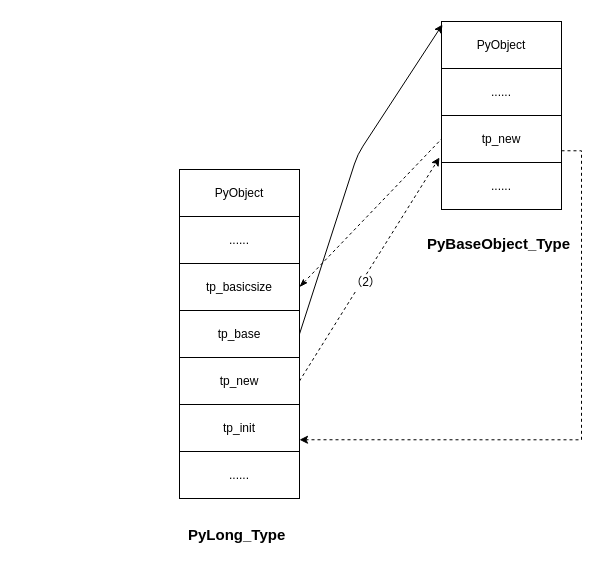
The draw.io diagram 未命名表单.drawio in imluoke/code, before the edit. Source tidied: cells renumbered, new cells numbered last; positions are measured from the earlier drawing's top-left corner, leaving out a move shared by most shapes. Both pictures are drawn from the tidied source at 100%, with x=0, y=0 at pixel (179, 21).
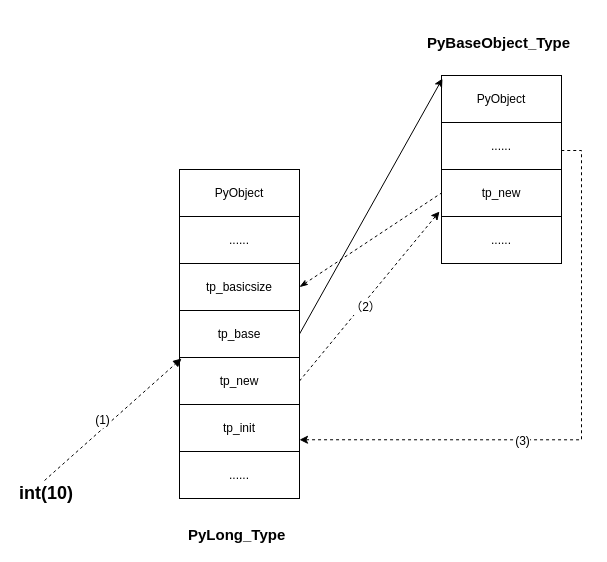
Above is the later version.

Commit message:
更新未命名表单.drawio

Unchanged cells that the change refers to:
```xml
<mxCell id="3" value="tp_base" style="rounded=0;whiteSpace=wrap;html=1;" parent="1" vertex="1">
  <mxGeometry y="289" width="120" height="47" as="geometry" />
</mxCell>
<mxCell id="6" value="tp_new" style="rounded=0;whiteSpace=wrap;html=1;" parent="1" vertex="1">
  <mxGeometry y="336" width="120" height="47" as="geometry" />
</mxCell>
<mxCell id="8" style="edgeStyle=orthogonalEdgeStyle;rounded=0;jettySize=auto;html=1;exitX=1;exitY=0.75;exitDx=0;exitDy=0;entryX=1;entryY=0.75;entryDx=0;entryDy=0;startArrow=none;startFill=0;targetPerimeterSpacing=5;dashed=1;" parent="1" edge="1" source="9" target="5">
  <mxGeometry relative="1" as="geometry">
    <Array as="points">
      <mxPoint x="402" y="129" />
      <mxPoint x="402" y="418" />
    </Array>
  </mxGeometry>
</mxCell>
```

Diff of the diagram source:
```diff
@@
+    <mxCell id="20" value="(3)" style="text;html=1;align=center;verticalAlign=middle;labelBackgroundColor=#ffffff;" parent="8" vertex="1">
+      <mxGeometry x="0.31" y="1" relative="1" as="geometry" />
+    </mxCell>
     <mxCell id="9" value="&lt;span style=&quot;white-space: normal&quot;&gt;tp_new&lt;/span&gt;" style="rounded=0;whiteSpace=wrap;html=1;" parent="1" vertex="1">
-      <mxGeometry x="262" y="94" width="120" height="47" as="geometry" />
+      <mxGeometry x="262" y="148" width="120" height="47" as="geometry" />
     </mxCell>
     <mxCell id="10" value="&lt;span style=&quot;white-space: normal&quot;&gt;......&lt;/span&gt;" style="rounded=0;whiteSpace=wrap;html=1;" parent="1" vertex="1">
-      <mxGeometry x="262" y="141" width="120" height="47" as="geometry" />
+      <mxGeometry x="262" y="195" width="120" height="47" as="geometry" />
     </mxCell>
     <mxCell id="11" value="&lt;span style=&quot;white-space: normal&quot;&gt;......&lt;/span&gt;" style="rounded=0;whiteSpace=wrap;html=1;" parent="1" vertex="1">
-      <mxGeometry x="262" y="47" width="120" height="47" as="geometry" />
+      <mxGeometry x="262" y="101" width="120" height="47" as="geometry" />
     </mxCell>
     <mxCell id="12" value="PyObject" style="rounded=0;whiteSpace=wrap;html=1;" parent="1" vertex="1">
-      <mxGeometry x="262" width="120" height="47" as="geometry" />
+      <mxGeometry x="262" y="54" width="120" height="47" as="geometry" />
     </mxCell>
@@
     <mxCell id="15" value="&lt;b&gt;&lt;font style=&quot;font-size: 15px&quot;&gt;PyBaseObject_Type&lt;/font&gt;&lt;/b&gt;" style="text;html=1;align=left;verticalAlign=top;spacingTop=-4;" parent="1" vertex="1">
-      <mxGeometry x="245.5" y="211" width="153" height="15" as="geometry" />
+      <mxGeometry x="245.5" y="10" width="153" height="15" as="geometry" />
     </mxCell>
@@
     <mxCell id="17" style="endArrow=classic;html=1;exitX=1;exitY=0.5;exitDx=0;exitDy=0;entryX=0.008;entryY=0.064;entryDx=0;entryDy=0;entryPerimeter=0;" parent="1" edge="1" source="3" target="12">
-      <mxGeometry relative="1" as="geometry">
-        <Array as="points">
-          <mxPoint x="178" y="133" />
-        </Array>
-      </mxGeometry>
+      <mxGeometry relative="1" as="geometry" />
     </mxCell>
@@
+    <mxCell id="21" value="&lt;b&gt;&lt;font style=&quot;font-size: 18px&quot;&gt;int(10)&lt;/font&gt;&lt;/b&gt;" style="text;html=1;points=[];align=left;verticalAlign=top;spacingTop=-4;" parent="1" vertex="1">
+      <mxGeometry x="-162" y="459" width="64" height="16" as="geometry" />
+    </mxCell>
+    <mxCell id="22" style="endArrow=block;dashed=1;html=1;exitX=0.422;exitY=0;exitDx=0;exitDy=0;exitPerimeter=0;entryX=0.017;entryY=0.021;entryDx=0;entryDy=0;entryPerimeter=0;endFill=1;" parent="1" edge="1" source="21" target="6">
+      <mxGeometry relative="1" as="geometry" />
+    </mxCell>
+    <mxCell id="23" value="(1)" style="text;html=1;align=center;verticalAlign=middle;labelBackgroundColor=#ffffff;" parent="22" vertex="1">
+      <mxGeometry x="0.68" y="-3" relative="1" as="geometry">
+        <mxPoint x="-60" y="40" as="offset" />
+      </mxGeometry>
+    </mxCell>
```
